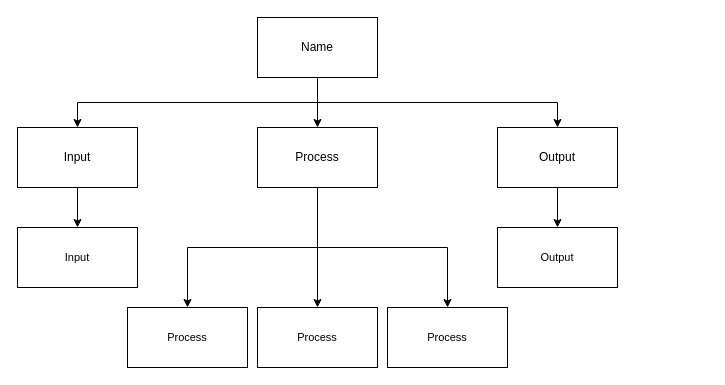
Earlier version of the draw.io diagram design.drawio (Aleksandr-Ten/ICS3U-Unit3-08-Python). Source tidied: cells renumbered, new cells numbered last; positions are measured from the earlier drawing's top-left corner, leaving out a move shared by most shapes. Both pictures are drawn from the tidied source at 100%, with x=0, y=0 at pixel (17, 17).
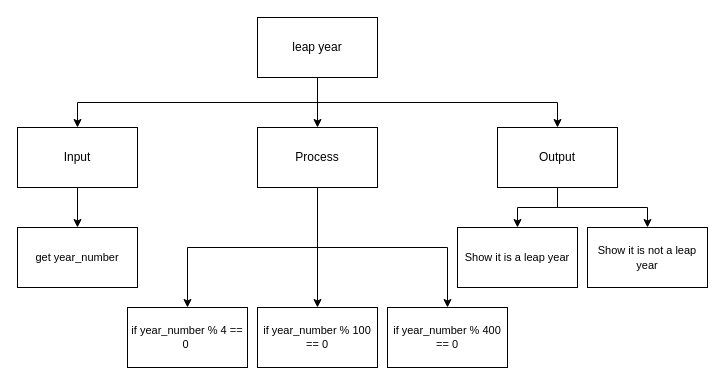
After the change.

The change refers to these unchanged cells:
```xml
<mxCell id="13" value="Output" style="rounded=0;whiteSpace=wrap;html=1;" parent="1" vertex="1">
  <mxGeometry x="480" y="110" width="120" height="60" as="geometry" />
</mxCell>
```

What changed in the source:
```diff
@@
-    <mxCell id="5" value="Name" style="rounded=0;whiteSpace=wrap;html=1;" parent="1" vertex="1">
+    <mxCell id="5" value="leap year" style="rounded=0;whiteSpace=wrap;html=1;" parent="1" vertex="1">
       <mxGeometry x="240" width="120" height="60" as="geometry" />
     </mxCell>
@@
+    <mxCell id="19" style="edgeStyle=orthogonalEdgeStyle;html=1;rounded=0;" parent="1" edge="1" source="13" target="20">
+      <mxGeometry relative="1" as="geometry" />
+    </mxCell>
@@
-    <mxCell id="14" value="Input" style="rounded=0;whiteSpace=wrap;html=1;fontFamily=Helvetica;fontSize=11;fontColor=default;" parent="1" vertex="1">
+    <mxCell id="14" value="get year_number" style="rounded=0;whiteSpace=wrap;html=1;fontFamily=Helvetica;fontSize=11;fontColor=default;" parent="1" vertex="1">
       <mxGeometry y="210" width="120" height="60" as="geometry" />
     </mxCell>
-    <mxCell id="15" value="Process" style="rounded=0;whiteSpace=wrap;html=1;fontFamily=Helvetica;fontSize=11;fontColor=default;" parent="1" vertex="1">
+    <mxCell id="15" value="if year_number % 4 == 0&amp;nbsp;" style="rounded=0;whiteSpace=wrap;html=1;fontFamily=Helvetica;fontSize=11;fontColor=default;" parent="1" vertex="1">
       <mxGeometry x="110" y="290" width="120" height="60" as="geometry" />
     </mxCell>
-    <mxCell id="16" value="Process" style="rounded=0;whiteSpace=wrap;html=1;fontFamily=Helvetica;fontSize=11;fontColor=default;" parent="1" vertex="1">
+    <mxCell id="16" value="if year_number % 100 == 0" style="rounded=0;whiteSpace=wrap;html=1;fontFamily=Helvetica;fontSize=11;fontColor=default;" parent="1" vertex="1">
       <mxGeometry x="240" y="290" width="120" height="60" as="geometry" />
     </mxCell>
-    <mxCell id="17" value="Process" style="rounded=0;whiteSpace=wrap;html=1;fontFamily=Helvetica;fontSize=11;fontColor=default;" parent="1" vertex="1">
+    <mxCell id="17" value="if year_number % 400 == 0" style="rounded=0;whiteSpace=wrap;html=1;fontFamily=Helvetica;fontSize=11;fontColor=default;" parent="1" vertex="1">
       <mxGeometry x="370" y="290" width="120" height="60" as="geometry" />
     </mxCell>
-    <mxCell id="18" value="Output" style="rounded=0;whiteSpace=wrap;html=1;fontFamily=Helvetica;fontSize=11;fontColor=default;" parent="1" vertex="1">
-      <mxGeometry x="480" y="210" width="120" height="60" as="geometry" />
+    <mxCell id="18" value="Show it is a leap year" style="rounded=0;whiteSpace=wrap;html=1;fontFamily=Helvetica;fontSize=11;fontColor=default;" parent="1" vertex="1">
+      <mxGeometry x="440" y="210" width="120" height="60" as="geometry" />
     </mxCell>
+    <mxCell id="20" value="&lt;font style=&quot;font-size: 11px&quot;&gt;Show it is not a leap year&lt;/font&gt;" style="rounded=0;whiteSpace=wrap;html=1;" parent="1" vertex="1">
+      <mxGeometry x="570" y="210" width="120" height="60" as="geometry" />
+    </mxCell>
```
